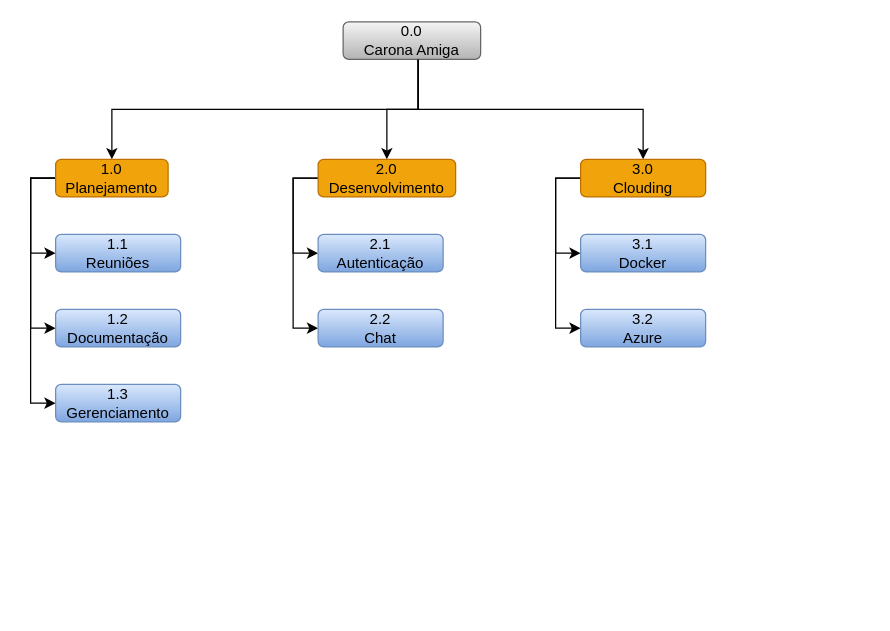
This is docs/Gerencia/EAP_1.0.drawio from Carona-Amiga/caronaamiga, a draw.io file, before an edit. Source tidied: cells renumbered, new cells numbered last; positions are measured from the earlier drawing's top-left corner, leaving out a move shared by most shapes. Both pictures are drawn from the tidied source at 125%, with x=0, y=0 at pixel (30, 21).
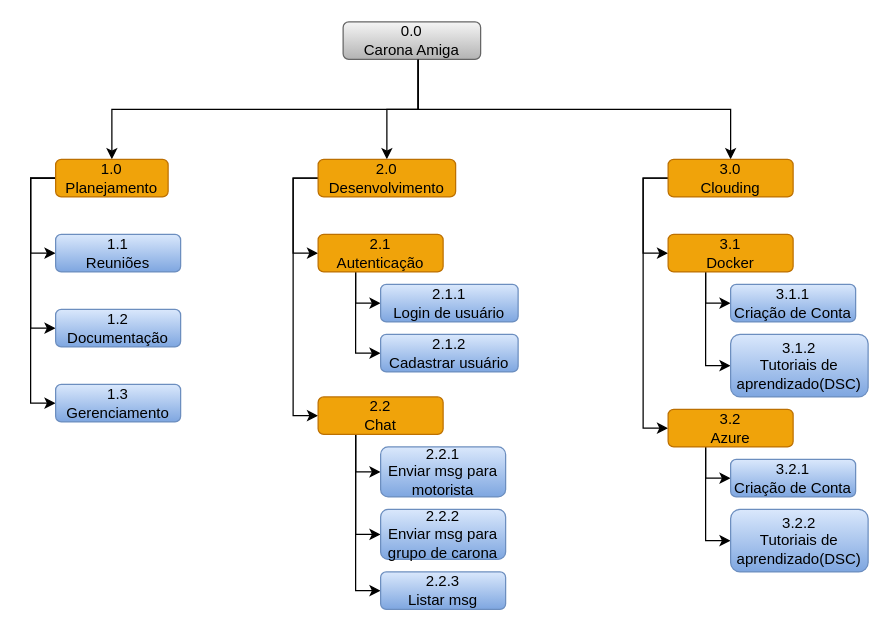
Above is the later version.

Unchanged cells that the change refers to:
```xml
<mxCell id="3" value="0.0 &lt;br&gt;Carona Amiga" style="rounded=1;whiteSpace=wrap;html=1;fillColor=#f5f5f5;gradientColor=#b3b3b3;strokeColor=#666666;" parent="1" vertex="1">
  <mxGeometry x="250" width="110" height="30" as="geometry" />
</mxCell>
<mxCell id="12" value="2.0 Desenvolvimento" style="rounded=1;whiteSpace=wrap;html=1;fillColor=#f0a30a;fontColor=#000000;strokeColor=#BD7000;" parent="1" vertex="1">
  <mxGeometry x="230" y="110" width="110" height="30" as="geometry" />
</mxCell>
```

The edit, as a diff of the source:
```diff
@@
     <mxCell id="2" style="edgeStyle=orthogonalEdgeStyle;rounded=0;jettySize=auto;html=1;entryX=0.5;entryY=0;entryDx=0;entryDy=0;" parent="1" edge="1" source="3" target="15">
       <mxGeometry relative="1" as="geometry">
         <Array as="points">
           <mxPoint x="310" y="70" />
-          <mxPoint x="490" y="70" />
+          <mxPoint x="560" y="70" />
         </Array>
       </mxGeometry>
     </mxCell>
@@
     <mxCell id="11" style="edgeStyle=orthogonalEdgeStyle;rounded=0;jettySize=auto;html=1;entryX=0;entryY=0.5;entryDx=0;entryDy=0;" parent="1" edge="1" source="12" target="20">
       <mxGeometry relative="1" as="geometry">
         <Array as="points">
           <mxPoint x="210" y="125" />
-          <mxPoint x="210" y="245" />
+          <mxPoint x="210" y="315" />
         </Array>
       </mxGeometry>
     </mxCell>
@@
     <mxCell id="13" style="edgeStyle=orthogonalEdgeStyle;rounded=0;jettySize=auto;html=1;entryX=0;entryY=0.5;entryDx=0;entryDy=0;" parent="1" edge="1" source="15" target="21">
       <mxGeometry relative="1" as="geometry">
         <Array as="points">
-          <mxPoint x="420" y="125" />
-          <mxPoint x="420" y="185" />
+          <mxPoint x="490" y="125" />
+          <mxPoint x="490" y="185" />
         </Array>
       </mxGeometry>
     </mxCell>
     <mxCell id="14" style="edgeStyle=orthogonalEdgeStyle;rounded=0;jettySize=auto;html=1;entryX=0;entryY=0.5;entryDx=0;entryDy=0;" parent="1" edge="1" source="15" target="22">
       <mxGeometry relative="1" as="geometry">
         <Array as="points">
-          <mxPoint x="420" y="125" />
-          <mxPoint x="420" y="245" />
+          <mxPoint x="490" y="125" />
+          <mxPoint x="490" y="325" />
         </Array>
       </mxGeometry>
     </mxCell>
     <mxCell id="15" value="3.0&lt;br&gt;Clouding" style="rounded=1;whiteSpace=wrap;html=1;fillColor=#f0a30a;fontColor=#000000;strokeColor=#BD7000;" parent="1" vertex="1">
-      <mxGeometry x="440" y="110" width="100" height="30" as="geometry" />
+      <mxGeometry x="510" y="110" width="100" height="30" as="geometry" />
     </mxCell>
@@
+    <mxCell id="23" style="edgeStyle=orthogonalEdgeStyle;rounded=0;jettySize=auto;html=1;entryX=0;entryY=0.5;entryDx=0;entryDy=0;" parent="1" edge="1" source="19" target="32">
+      <mxGeometry relative="1" as="geometry">
+        <Array as="points">
+          <mxPoint x="260" y="225" />
+        </Array>
+      </mxGeometry>
+    </mxCell>
+    <mxCell id="24" style="edgeStyle=orthogonalEdgeStyle;rounded=0;jettySize=auto;html=1;entryX=0;entryY=0.5;entryDx=0;entryDy=0;" parent="1" edge="1" source="19" target="33">
+      <mxGeometry relative="1" as="geometry">
+        <Array as="points">
+          <mxPoint x="260" y="265" />
+        </Array>
+      </mxGeometry>
+    </mxCell>
-    <mxCell id="19" value="2.1 &lt;br&gt;Autenticação" style="rounded=1;whiteSpace=wrap;html=1;fillColor=#dae8fc;gradientColor=#7ea6e0;strokeColor=#6c8ebf;" parent="1" vertex="1">
+    <mxCell id="19" value="2.1 &lt;br&gt;Autenticação" style="rounded=1;whiteSpace=wrap;html=1;fillColor=#f0a30a;strokeColor=#BD7000;fontColor=#000000;" parent="1" vertex="1">
       <mxGeometry x="230" y="170" width="100" height="30" as="geometry" />
     </mxCell>
+    <mxCell id="25" style="edgeStyle=orthogonalEdgeStyle;rounded=0;jettySize=auto;html=1;entryX=0;entryY=0.5;entryDx=0;entryDy=0;" parent="1" edge="1" source="20" target="35">
+      <mxGeometry relative="1" as="geometry">
+        <Array as="points">
+          <mxPoint x="260" y="360" />
+        </Array>
+      </mxGeometry>
+    </mxCell>
+    <mxCell id="26" style="edgeStyle=orthogonalEdgeStyle;rounded=0;jettySize=auto;html=1;entryX=0;entryY=0.5;entryDx=0;entryDy=0;" parent="1" edge="1" source="20" target="34">
+      <mxGeometry relative="1" as="geometry">
+        <Array as="points">
+          <mxPoint x="260" y="410" />
+        </Array>
+      </mxGeometry>
+    </mxCell>
+    <mxCell id="27" style="edgeStyle=orthogonalEdgeStyle;rounded=0;jettySize=auto;html=1;entryX=0;entryY=0.5;entryDx=0;entryDy=0;" parent="1" edge="1" source="20" target="36">
+      <mxGeometry relative="1" as="geometry">
+        <Array as="points">
+          <mxPoint x="260" y="455" />
+        </Array>
+      </mxGeometry>
+    </mxCell>
-    <mxCell id="20" value="2.2 &lt;br&gt;Chat" style="rounded=1;whiteSpace=wrap;html=1;fillColor=#dae8fc;gradientColor=#7ea6e0;strokeColor=#6c8ebf;" parent="1" vertex="1">
-      <mxGeometry x="230" y="230" width="100" height="30" as="geometry" />
+    <mxCell id="20" value="2.2 &lt;br&gt;Chat" style="rounded=1;whiteSpace=wrap;html=1;fillColor=#f0a30a;strokeColor=#BD7000;fontColor=#000000;" parent="1" vertex="1">
+      <mxGeometry x="230" y="300" width="100" height="30" as="geometry" />
     </mxCell>
+    <mxCell id="28" style="edgeStyle=orthogonalEdgeStyle;rounded=0;jettySize=auto;html=1;entryX=0;entryY=0.5;entryDx=0;entryDy=0;" parent="1" edge="1" source="21" target="37">
+      <mxGeometry relative="1" as="geometry">
+        <Array as="points">
+          <mxPoint x="540" y="225" />
+        </Array>
+      </mxGeometry>
+    </mxCell>
+    <mxCell id="29" style="edgeStyle=orthogonalEdgeStyle;rounded=0;jettySize=auto;html=1;entryX=0;entryY=0.5;entryDx=0;entryDy=0;" parent="1" edge="1" source="21" target="38">
+      <mxGeometry relative="1" as="geometry">
+        <Array as="points">
+          <mxPoint x="540" y="275" />
+        </Array>
+      </mxGeometry>
+    </mxCell>
-    <mxCell id="21" value="3.1 &lt;br&gt;Docker" style="rounded=1;whiteSpace=wrap;html=1;fillColor=#dae8fc;gradientColor=#7ea6e0;strokeColor=#6c8ebf;" parent="1" vertex="1">
-      <mxGeometry x="440" y="170" width="100" height="30" as="geometry" />
+    <mxCell id="21" value="3.1 &lt;br&gt;Docker" style="rounded=1;whiteSpace=wrap;html=1;fillColor=#f0a30a;strokeColor=#BD7000;fontColor=#000000;" parent="1" vertex="1">
+      <mxGeometry x="510" y="170" width="100" height="30" as="geometry" />
     </mxCell>
+    <mxCell id="30" style="edgeStyle=orthogonalEdgeStyle;rounded=0;jettySize=auto;html=1;entryX=0;entryY=0.5;entryDx=0;entryDy=0;" parent="1" edge="1" source="22" target="39">
+      <mxGeometry relative="1" as="geometry">
+        <Array as="points">
+          <mxPoint x="540" y="365" />
+        </Array>
+      </mxGeometry>
+    </mxCell>
+    <mxCell id="31" style="edgeStyle=orthogonalEdgeStyle;rounded=0;jettySize=auto;html=1;entryX=0;entryY=0.5;entryDx=0;entryDy=0;" parent="1" edge="1" source="22" target="40">
+      <mxGeometry relative="1" as="geometry">
+        <Array as="points">
+          <mxPoint x="540" y="415" />
+        </Array>
+      </mxGeometry>
+    </mxCell>
-    <mxCell id="22" value="3.2 &lt;br&gt;Azure" style="rounded=1;whiteSpace=wrap;html=1;fillColor=#dae8fc;gradientColor=#7ea6e0;strokeColor=#6c8ebf;" parent="1" vertex="1">
-      <mxGeometry x="440" y="230" width="100" height="30" as="geometry" />
+    <mxCell id="22" value="3.2 &lt;br&gt;Azure" style="rounded=1;whiteSpace=wrap;html=1;fillColor=#f0a30a;strokeColor=#BD7000;fontColor=#000000;" parent="1" vertex="1">
+      <mxGeometry x="510" y="310" width="100" height="30" as="geometry" />
     </mxCell>
+    <mxCell id="32" value="2.1.1&lt;br&gt;Login de usuário" style="rounded=1;whiteSpace=wrap;html=1;fillColor=#dae8fc;gradientColor=#7ea6e0;strokeColor=#6c8ebf;" parent="1" vertex="1">
+      <mxGeometry x="280" y="210" width="110" height="30" as="geometry" />
+    </mxCell>
+    <mxCell id="33" value="2.1.2&lt;br&gt;Cadastrar usuário" style="rounded=1;whiteSpace=wrap;html=1;fillColor=#dae8fc;gradientColor=#7ea6e0;strokeColor=#6c8ebf;" parent="1" vertex="1">
+      <mxGeometry x="280" y="250" width="110" height="30" as="geometry" />
+    </mxCell>
+    <mxCell id="34" value="2.2.2&lt;br&gt;Enviar msg para grupo de carona" style="rounded=1;whiteSpace=wrap;html=1;fillColor=#dae8fc;gradientColor=#7ea6e0;strokeColor=#6c8ebf;" parent="1" vertex="1">
+      <mxGeometry x="280" y="390" width="100" height="40" as="geometry" />
+    </mxCell>
+    <mxCell id="35" value="2.2.1&lt;br&gt;Enviar msg para motorista" style="rounded=1;whiteSpace=wrap;html=1;fillColor=#dae8fc;gradientColor=#7ea6e0;strokeColor=#6c8ebf;" parent="1" vertex="1">
+      <mxGeometry x="280" y="340" width="100" height="40" as="geometry" />
+    </mxCell>
+    <mxCell id="36" value="2.2.3&lt;br&gt;Listar msg" style="rounded=1;whiteSpace=wrap;html=1;fillColor=#dae8fc;gradientColor=#7ea6e0;strokeColor=#6c8ebf;" parent="1" vertex="1">
+      <mxGeometry x="280" y="440" width="100" height="30" as="geometry" />
+    </mxCell>
+    <mxCell id="37" value="3.1.1&lt;br&gt;Criação de Conta" style="rounded=1;whiteSpace=wrap;html=1;fillColor=#dae8fc;gradientColor=#7ea6e0;strokeColor=#6c8ebf;" parent="1" vertex="1">
+      <mxGeometry x="560" y="210" width="100" height="30" as="geometry" />
+    </mxCell>
+    <mxCell id="38" value="3.1.2&lt;br&gt;Tutoriais de aprendizado(DSC)" style="rounded=1;whiteSpace=wrap;html=1;fillColor=#dae8fc;gradientColor=#7ea6e0;strokeColor=#6c8ebf;" parent="1" vertex="1">
+      <mxGeometry x="560" y="250" width="110" height="50" as="geometry" />
+    </mxCell>
+    <mxCell id="39" value="3.2.1&lt;br&gt;Criação de Conta" style="rounded=1;whiteSpace=wrap;html=1;fillColor=#dae8fc;gradientColor=#7ea6e0;strokeColor=#6c8ebf;" parent="1" vertex="1">
+      <mxGeometry x="560" y="350" width="100" height="30" as="geometry" />
+    </mxCell>
+    <mxCell id="40" value="3.2.2&lt;br&gt;Tutoriais de aprendizado(DSC)" style="rounded=1;whiteSpace=wrap;html=1;fillColor=#dae8fc;gradientColor=#7ea6e0;strokeColor=#6c8ebf;" parent="1" vertex="1">
+      <mxGeometry x="560" y="390" width="110" height="50" as="geometry" />
+    </mxCell>
```
